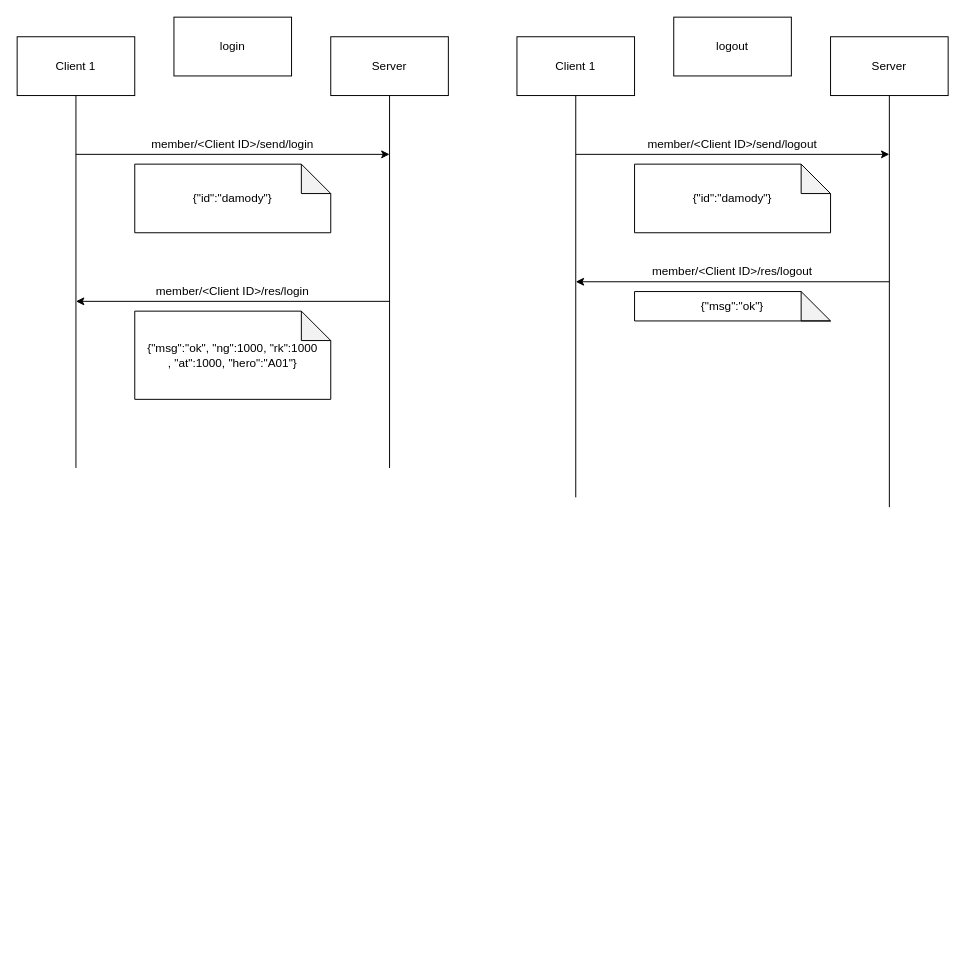
Sonic-Rain/Elo-Ranking-Pairing-System keeps this draw.io diagram as doc/login.drawio. Above is the earlier version. Source tidied: cells renumbered, new cells numbered last; positions are measured from the earlier drawing's top-left corner, leaving out a move shared by most shapes. Both pictures are drawn from the tidied source at 98%, with x=0, y=0 at pixel (17, 17).
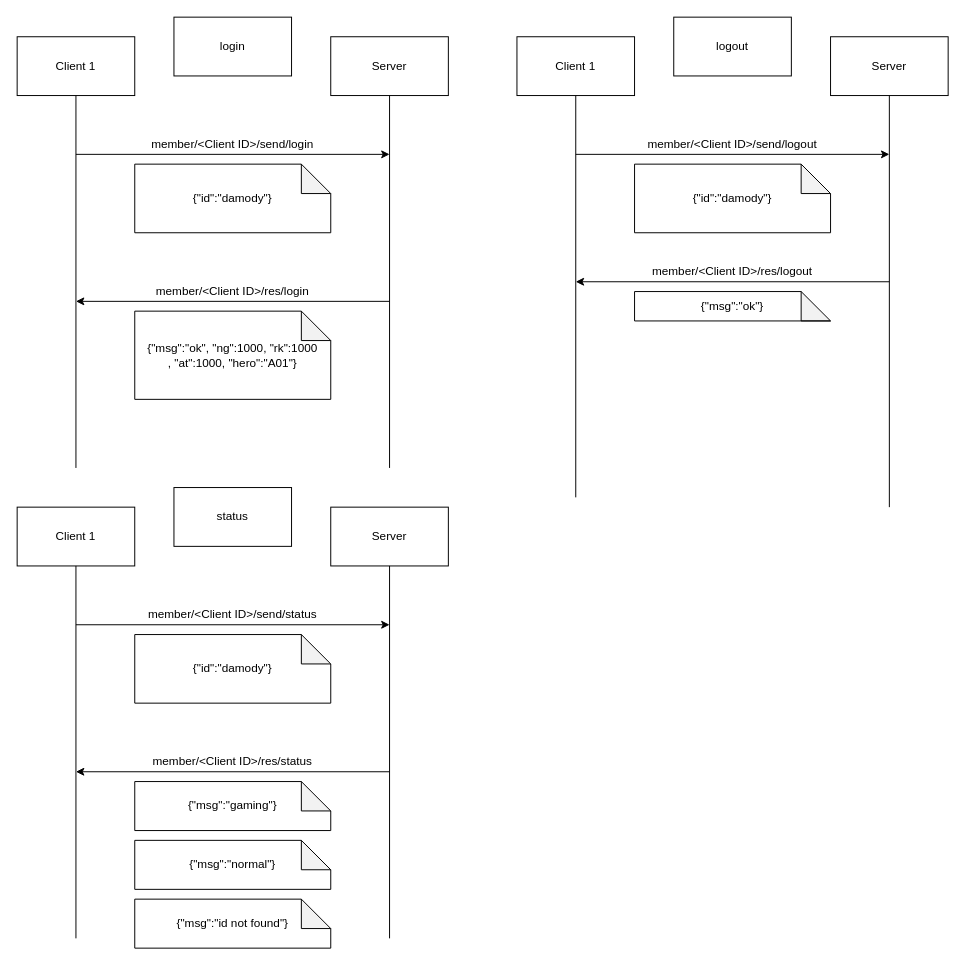
After the change.

The edit, as a diff of the source:
```diff
@@
+    <mxCell id="24" value="Client 1" style="rounded=0;whiteSpace=wrap;html=1;" parent="1" vertex="1">
+      <mxGeometry y="500" width="120" height="60" as="geometry" />
+    </mxCell>
+    <mxCell id="25" value="Server" style="rounded=0;whiteSpace=wrap;html=1;" parent="1" vertex="1">
+      <mxGeometry x="320" y="500" width="120" height="60" as="geometry" />
+    </mxCell>
+    <mxCell id="26" style="endArrow=none;html=1;entryX=0.5;entryY=1;entryDx=0;entryDy=0;fontStyle=1;" parent="1" edge="1" target="24">
+      <mxGeometry relative="1" as="geometry">
+        <mxPoint x="60" y="940" as="sourcePoint" />
+      </mxGeometry>
+    </mxCell>
+    <mxCell id="27" style="endArrow=none;html=1;entryX=0.5;entryY=1;entryDx=0;entryDy=0;" parent="1" edge="1" target="25">
+      <mxGeometry relative="1" as="geometry">
+        <mxPoint x="380" y="940" as="sourcePoint" />
+      </mxGeometry>
+    </mxCell>
+    <mxCell id="28" style="endArrow=classic;html=1;" parent="1" edge="1">
+      <mxGeometry relative="1" as="geometry">
+        <mxPoint x="60" y="620" as="sourcePoint" />
+        <mxPoint x="380" y="620" as="targetPoint" />
+      </mxGeometry>
+    </mxCell>
+    <mxCell id="29" style="endArrow=classic;html=1;" parent="1" edge="1">
+      <mxGeometry relative="1" as="geometry">
+        <mxPoint x="380" y="770" as="sourcePoint" />
+        <mxPoint x="60" y="770" as="targetPoint" />
+      </mxGeometry>
+    </mxCell>
+    <mxCell id="30" value="member/&amp;lt;Client ID&amp;gt;/send/status" style="text;html=1;strokeColor=none;fillColor=none;align=center;verticalAlign=middle;whiteSpace=wrap;rounded=0;" parent="1" vertex="1">
+      <mxGeometry x="95" y="600" width="250" height="20" as="geometry" />
+    </mxCell>
+    <mxCell id="31" value="member/&amp;lt;Client ID&amp;gt;/res/status" style="text;html=1;strokeColor=none;fillColor=none;align=center;verticalAlign=middle;whiteSpace=wrap;rounded=0;" parent="1" vertex="1">
+      <mxGeometry x="110" y="750" width="220" height="20" as="geometry" />
+    </mxCell>
+    <mxCell id="32" value="{&quot;id&quot;:&quot;damody&quot;}" style="shape=note;whiteSpace=wrap;html=1;backgroundOutline=1;darkOpacity=0.05;" parent="1" vertex="1">
+      <mxGeometry x="120" y="630" width="200" height="70" as="geometry" />
+    </mxCell>
+    <mxCell id="33" value="{&quot;msg&quot;:&quot;gaming&quot;}" style="shape=note;whiteSpace=wrap;html=1;backgroundOutline=1;darkOpacity=0.05;" parent="1" vertex="1">
+      <mxGeometry x="120" y="780" width="200" height="50" as="geometry" />
+    </mxCell>
+    <mxCell id="34" value="status" style="rounded=0;whiteSpace=wrap;html=1;" parent="1" vertex="1">
+      <mxGeometry x="160" y="480" width="120" height="60" as="geometry" />
+    </mxCell>
+    <mxCell id="35" value="{&quot;msg&quot;:&quot;normal&quot;}" style="shape=note;whiteSpace=wrap;html=1;backgroundOutline=1;darkOpacity=0.05;" parent="1" vertex="1">
+      <mxGeometry x="120" y="840" width="200" height="50" as="geometry" />
+    </mxCell>
+    <mxCell id="36" value="{&quot;msg&quot;:&quot;id not found&quot;}" style="shape=note;whiteSpace=wrap;html=1;backgroundOutline=1;darkOpacity=0.05;" parent="1" vertex="1">
+      <mxGeometry x="120" y="900" width="200" height="50" as="geometry" />
+    </mxCell>
```
